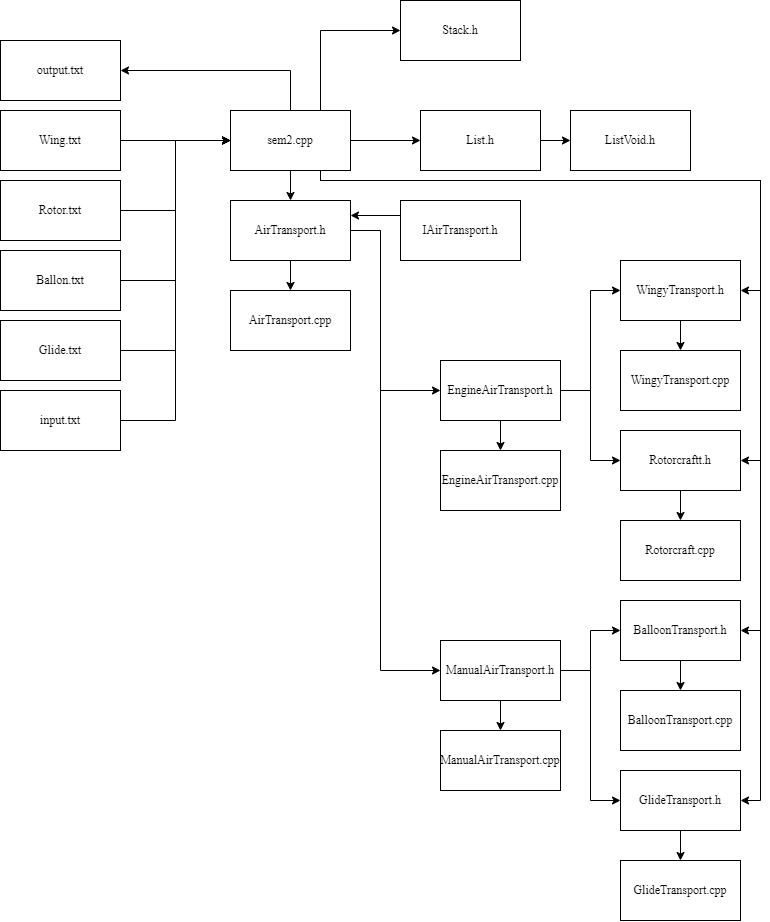
Before: Второй курс/ООП/2 семестр/moduleSchema.drawio.png, a diagram exported from draw.io (WhaIsLuve/university). Source tidied: cells renumbered, new cells last; positions are measured from the earlier drawing's top-left corner, leaving out a move shared by most shapes.
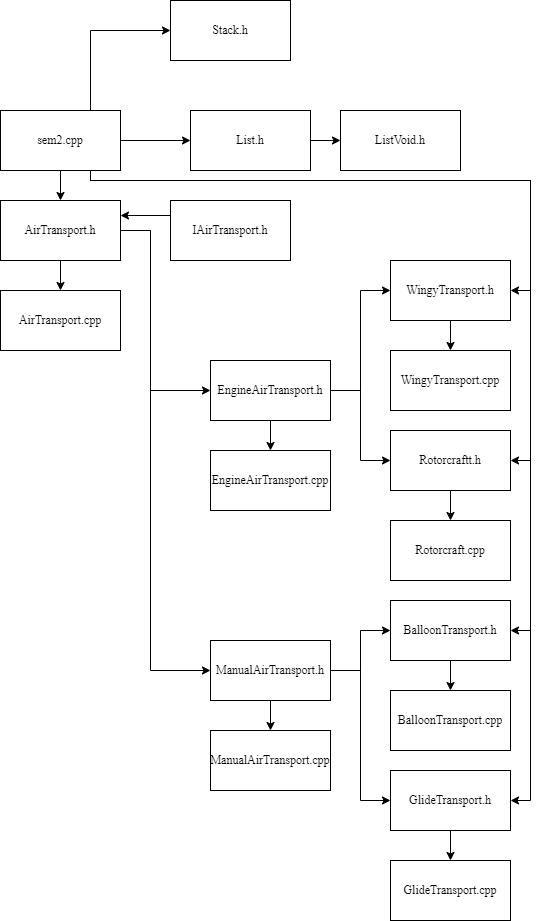
Later version of the same file.

The edit, as a diff of the source:
```diff
@@ -2,42 +2,6 @@
   <root>
     <mxCell id="0" />
     <mxCell id="1" parent="0" />
-    <mxCell id="2" style="edgeStyle=orthogonalEdgeStyle;rounded=0;jettySize=auto;html=1;exitX=1;exitY=0.5;exitDx=0;exitDy=0;entryX=0;entryY=0.5;entryDx=0;entryDy=0;fontFamily=Times New Roman;fontSize=12;" parent="1" edge="1" source="3" target="21">
-      <mxGeometry relative="1" as="geometry" />
-    </mxCell>
-    <mxCell id="3" value="&lt;font style=&quot;font-size: 12px;&quot;&gt;input.txt&lt;/font&gt;" style="rounded=0;whiteSpace=wrap;html=1;fontFamily=Times New Roman;fontSize=12;" parent="1" vertex="1">
-      <mxGeometry y="390" width="120" height="60" as="geometry" />
-    </mxCell>
-    <mxCell id="4" style="edgeStyle=orthogonalEdgeStyle;rounded=0;jettySize=auto;html=1;exitX=1;exitY=0.5;exitDx=0;exitDy=0;entryX=0;entryY=0.5;entryDx=0;entryDy=0;fontFamily=Times New Roman;fontSize=12;" parent="1" edge="1" source="5" target="21">
-      <mxGeometry relative="1" as="geometry" />
-    </mxCell>
-    <mxCell id="5" value="&lt;font style=&quot;font-size: 12px;&quot;&gt;Glide.txt&lt;/font&gt;" style="rounded=0;whiteSpace=wrap;html=1;fontFamily=Times New Roman;fontSize=12;" parent="1" vertex="1">
-      <mxGeometry y="320" width="120" height="60" as="geometry" />
-    </mxCell>
-    <mxCell id="6" style="edgeStyle=orthogonalEdgeStyle;rounded=0;jettySize=auto;html=1;exitX=1;exitY=0.5;exitDx=0;exitDy=0;entryX=0;entryY=0.5;entryDx=0;entryDy=0;fontFamily=Times New Roman;fontSize=12;" parent="1" edge="1" source="7" target="21">
-      <mxGeometry relative="1" as="geometry" />
-    </mxCell>
-    <mxCell id="7" value="&lt;font style=&quot;font-size: 12px;&quot;&gt;Ballon.txt&lt;/font&gt;" style="rounded=0;whiteSpace=wrap;html=1;fontFamily=Times New Roman;fontSize=12;" parent="1" vertex="1">
-      <mxGeometry y="250" width="120" height="60" as="geometry" />
-    </mxCell>
-    <mxCell id="8" style="edgeStyle=orthogonalEdgeStyle;rounded=0;jettySize=auto;html=1;exitX=1;exitY=0.5;exitDx=0;exitDy=0;entryX=0;entryY=0.5;entryDx=0;entryDy=0;fontFamily=Times New Roman;fontSize=12;" parent="1" edge="1" source="9" target="21">
-      <mxGeometry relative="1" as="geometry" />
-    </mxCell>
-    <mxCell id="9" value="&lt;font style=&quot;font-size: 12px;&quot;&gt;Rotor.txt&lt;/font&gt;" style="rounded=0;whiteSpace=wrap;html=1;fontFamily=Times New Roman;fontSize=12;" parent="1" vertex="1">
-      <mxGeometry y="180" width="120" height="60" as="geometry" />
-    </mxCell>
-    <mxCell id="10" style="edgeStyle=orthogonalEdgeStyle;rounded=0;jettySize=auto;html=1;exitX=1;exitY=0.5;exitDx=0;exitDy=0;entryX=0;entryY=0.5;entryDx=0;entryDy=0;fontFamily=Times New Roman;fontSize=12;" parent="1" edge="1" source="11" target="21">
-      <mxGeometry relative="1" as="geometry" />
-    </mxCell>
-    <mxCell id="11" value="&lt;font style=&quot;font-size: 12px;&quot;&gt;Wing.txt&lt;/font&gt;" style="rounded=0;whiteSpace=wrap;html=1;fontFamily=Times New Roman;fontSize=12;" parent="1" vertex="1">
-      <mxGeometry y="110" width="120" height="60" as="geometry" />
-    </mxCell>
-    <mxCell id="12" value="&lt;font style=&quot;font-size: 12px;&quot;&gt;output.txt&lt;/font&gt;" style="rounded=0;whiteSpace=wrap;html=1;fontFamily=Times New Roman;fontSize=12;" parent="1" vertex="1">
-      <mxGeometry y="40" width="120" height="60" as="geometry" />
-    </mxCell>
-    <mxCell id="13" style="edgeStyle=orthogonalEdgeStyle;rounded=0;jettySize=auto;html=1;exitX=0.5;exitY=0;exitDx=0;exitDy=0;entryX=1;entryY=0.5;entryDx=0;entryDy=0;fontFamily=Times New Roman;fontSize=12;" parent="1" edge="1" source="21" target="12">
-      <mxGeometry relative="1" as="geometry" />
-    </mxCell>
     <mxCell id="14" style="edgeStyle=orthogonalEdgeStyle;rounded=0;jettySize=auto;html=1;exitX=0.5;exitY=1;exitDx=0;exitDy=0;fontFamily=Times New Roman;fontSize=12;" parent="1" edge="1" source="21" target="25">
       <mxGeometry relative="1" as="geometry" />
     </mxCell>
```
